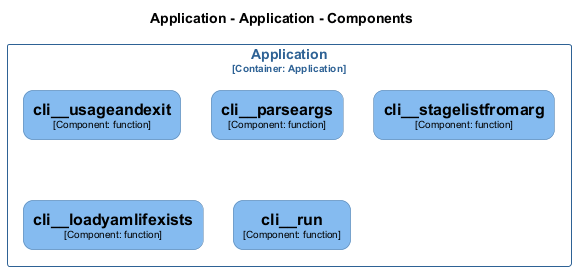
Earlier version of the PlantUML export src/templates/docs/architecture/diagrams/structurizr-Classes_default_container__cli.png (chrislyons-dev/archlette). The source it was exported from:
```plantuml
@startuml
set separator none
title Application - Application - Components

top to bottom direction
skinparam ranksep 60
skinparam nodesep 30

skinparam {
  arrowFontSize 10
  defaultTextAlignment center
  wrapWidth 200
  maxMessageSize 100
  defaultFontName "Arial"
}

hide stereotype

skinparam rectangle<<Application.Application.cli__loadyamlifexists>> {
  BackgroundColor #85bbf0
  FontColor #000000
  BorderColor #5d82a8
  roundCorner 20
  shadowing false
}
skinparam rectangle<<Application.Application.cli__parseargs>> {
  BackgroundColor #85bbf0
  FontColor #000000
  BorderColor #5d82a8
  roundCorner 20
  shadowing false
}
skinparam rectangle<<Application.Application.cli__run>> {
  BackgroundColor #85bbf0
  FontColor #000000
  BorderColor #5d82a8
  roundCorner 20
  shadowing false
}
skinparam rectangle<<Application.Application.cli__stagelistfromarg>> {
  BackgroundColor #85bbf0
  FontColor #000000
  BorderColor #5d82a8
  roundCorner 20
  shadowing false
}
skinparam rectangle<<Application.Application.cli__usageandexit>> {
  BackgroundColor #85bbf0
  FontColor #000000
  BorderColor #5d82a8
  roundCorner 20
  shadowing false
}
skinparam rectangle<<Application.Application>> {
  BorderColor #2e6295
  FontColor #2e6295
  shadowing false
}

rectangle "Application\n<size:10>[Container: Application]</size>" <<Application.Application>> {
  rectangle "==cli__usageandexit\n<size:10>[Component: function]</size>" <<Application.Application.cli__usageandexit>> as Application.Application.cli__usageandexit
  rectangle "==cli__parseargs\n<size:10>[Component: function]</size>" <<Application.Application.cli__parseargs>> as Application.Application.cli__parseargs
  rectangle "==cli__stagelistfromarg\n<size:10>[Component: function]</size>" <<Application.Application.cli__stagelistfromarg>> as Application.Application.cli__stagelistfromarg
  rectangle "==cli__loadyamlifexists\n<size:10>[Component: function]</size>" <<Application.Application.cli__loadyamlifexists>> as Application.Application.cli__loadyamlifexists
  rectangle "==cli__run\n<size:10>[Component: function]</size>" <<Application.Application.cli__run>> as Application.Application.cli__run
}

@enduml
```
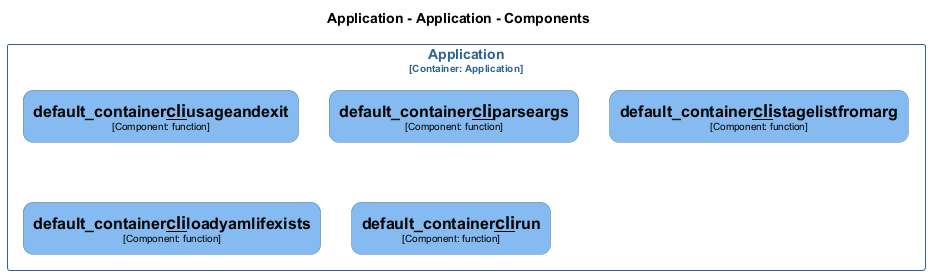
Above is the later version.

What changed in the source:
```diff
@@ -16,35 +16,35 @@
 
 hide stereotype
 
-skinparam rectangle<<Application.Application.cli__loadyamlifexists>> {
+skinparam rectangle<<Application.Application.default_container__cli__loadyamlifexists>> {
   BackgroundColor #85bbf0
   FontColor #000000
   BorderColor #5d82a8
   roundCorner 20
   shadowing false
 }
-skinparam rectangle<<Application.Application.cli__parseargs>> {
+skinparam rectangle<<Application.Application.default_container__cli__parseargs>> {
   BackgroundColor #85bbf0
   FontColor #000000
   BorderColor #5d82a8
   roundCorner 20
   shadowing false
 }
-skinparam rectangle<<Application.Application.cli__run>> {
+skinparam rectangle<<Application.Application.default_container__cli__run>> {
   BackgroundColor #85bbf0
   FontColor #000000
   BorderColor #5d82a8
   roundCorner 20
   shadowing false
 }
-skinparam rectangle<<Application.Application.cli__stagelistfromarg>> {
+skinparam rectangle<<Application.Application.default_container__cli__stagelistfromarg>> {
   BackgroundColor #85bbf0
   FontColor #000000
   BorderColor #5d82a8
   roundCorner 20
   shadowing false
 }
-skinparam rectangle<<Application.Application.cli__usageandexit>> {
+skinparam rectangle<<Application.Application.default_container__cli__usageandexit>> {
   BackgroundColor #85bbf0
   FontColor #000000
   BorderColor #5d82a8
@@ -58,11 +58,11 @@
 }
 
 rectangle "Application\n<size:10>[Container: Application]</size>" <<Application.Application>> {
-  rectangle "==cli__usageandexit\n<size:10>[Component: function]</size>" <<Application.Application.cli__usageandexit>> as Application.Application.cli__usageandexit
-  rectangle "==cli__parseargs\n<size:10>[Component: function]</size>" <<Application.Application.cli__parseargs>> as Application.Application.cli__parseargs
-  rectangle "==cli__stagelistfromarg\n<size:10>[Component: function]</size>" <<Application.Application.cli__stagelistfromarg>> as Application.Application.cli__stagelistfromarg
-  rectangle "==cli__loadyamlifexists\n<size:10>[Component: function]</size>" <<Application.Application.cli__loadyamlifexists>> as Application.Application.cli__loadyamlifexists
-  rectangle "==cli__run\n<size:10>[Component: function]</size>" <<Application.Application.cli__run>> as Application.Application.cli__run
+  rectangle "==default_container__cli__usageandexit\n<size:10>[Component: function]</size>" <<Application.Application.default_container__cli__usageandexit>> as Application.Application.default_container__cli__usageandexit
+  rectangle "==default_container__cli__parseargs\n<size:10>[Component: function]</size>" <<Application.Application.default_container__cli__parseargs>> as Application.Application.default_container__cli__parseargs
+  rectangle "==default_container__cli__stagelistfromarg\n<size:10>[Component: function]</size>" <<Application.Application.default_container__cli__stagelistfromarg>> as Application.Application.default_container__cli__stagelistfromarg
+  rectangle "==default_container__cli__loadyamlifexists\n<size:10>[Component: function]</size>" <<Application.Application.default_container__cli__loadyamlifexists>> as Application.Application.default_container__cli__loadyamlifexists
+  rectangle "==default_container__cli__run\n<size:10>[Component: function]</size>" <<Application.Application.default_container__cli__run>> as Application.Application.default_container__cli__run
 }
 
 @enduml
```
